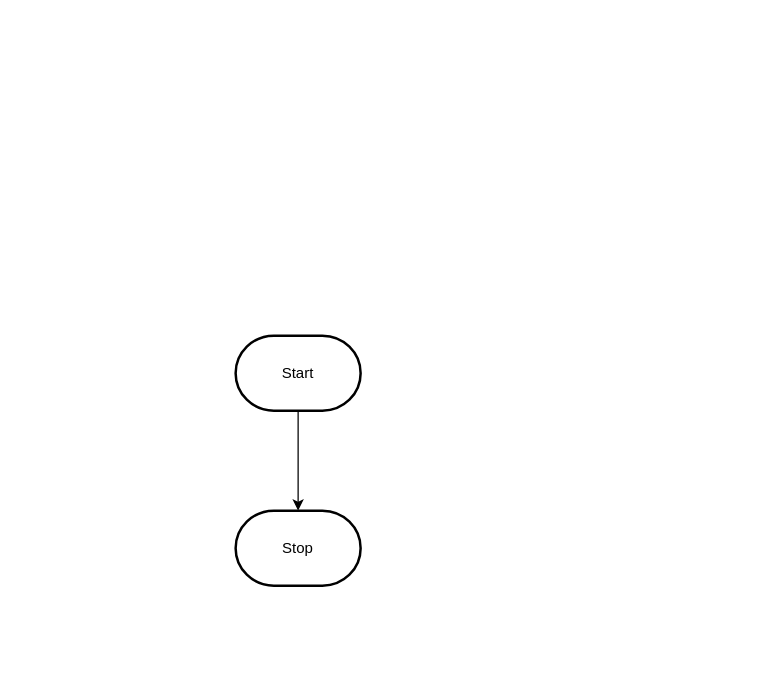
Above: design/flowchart.drawio in Gabriel-Zanardi/ICD2O-Unit-6-01-PWA-Gabriel-Zanardi (draw.io), before the change. Source tidied: cells renumbered, new cells numbered last; positions are measured from the earlier drawing's top-left corner, leaving out a move shared by most shapes. Both pictures are drawn from the tidied source at 125%, with x=0, y=0 at pixel (235, 335).
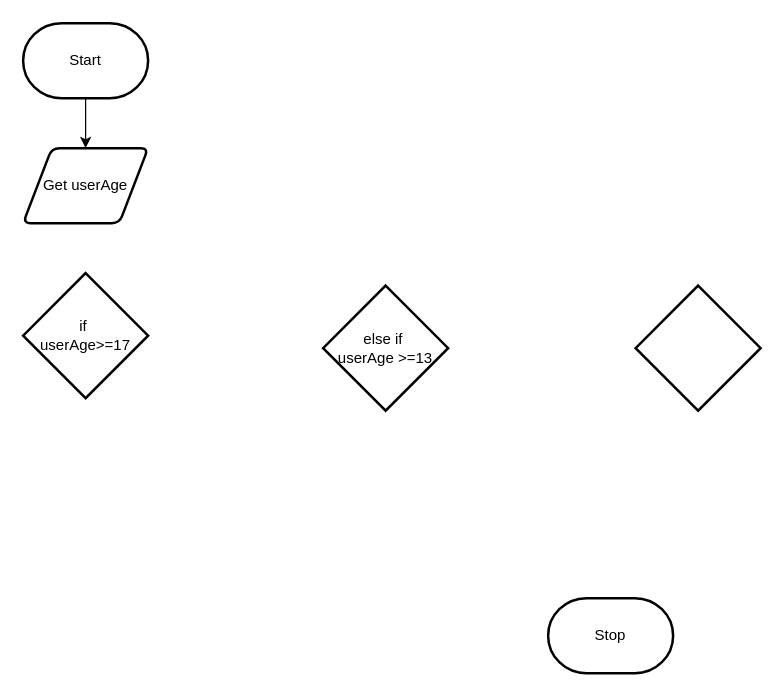
The same page after the edit.

What changed in the source:
```diff
@@
 <mxGraphModel>
   <root>
     <mxCell id="0" />
     <mxCell id="1" parent="0" />
-    <mxCell id="2" style="edgeStyle=orthogonalEdgeStyle;html=1;rounded=0;" parent="1" edge="1" source="3" target="4">
-      <mxGeometry relative="1" as="geometry" />
-    </mxCell>
+    <mxCell id="5" style="edgeStyle=none;html=1;" parent="1" edge="1" source="3" target="2">
+      <mxGeometry relative="1" as="geometry" />
+    </mxCell>
     <mxCell id="3" value="Start" style="strokeWidth=2;html=1;shape=mxgraph.flowchart.terminator;whiteSpace=wrap;" parent="1" vertex="1">
-      <mxGeometry width="100" height="60" as="geometry" />
+      <mxGeometry x="-170" y="-250" width="100" height="60" as="geometry" />
     </mxCell>
     <mxCell id="4" value="Stop" style="strokeWidth=2;html=1;shape=mxgraph.flowchart.terminator;whiteSpace=wrap;" parent="1" vertex="1">
-      <mxGeometry y="140" width="100" height="60" as="geometry" />
+      <mxGeometry x="250" y="210" width="100" height="60" as="geometry" />
     </mxCell>
+    <mxCell id="2" value="Get userAge" style="shape=parallelogram;html=1;strokeWidth=2;perimeter=parallelogramPerimeter;whiteSpace=wrap;rounded=1;arcSize=12;size=0.23;" parent="1" vertex="1">
+      <mxGeometry x="-170" y="-150" width="100" height="60" as="geometry" />
+    </mxCell>
+    <mxCell id="6" value="if&amp;nbsp;&lt;br&gt;userAge&amp;gt;=17" style="strokeWidth=2;html=1;shape=mxgraph.flowchart.decision;whiteSpace=wrap;" parent="1" vertex="1">
+      <mxGeometry x="-170" y="-50" width="100" height="100" as="geometry" />
+    </mxCell>
+    <mxCell id="7" value="else if&amp;nbsp;&lt;br&gt;userAge &amp;gt;=13" style="strokeWidth=2;html=1;shape=mxgraph.flowchart.decision;whiteSpace=wrap;" parent="1" vertex="1">
+      <mxGeometry x="70" y="-40" width="100" height="100" as="geometry" />
+    </mxCell>
+    <mxCell id="8" style="strokeWidth=2;html=1;shape=mxgraph.flowchart.decision;whiteSpace=wrap;" parent="1" vertex="1">
+      <mxGeometry x="320" y="-40" width="100" height="100" as="geometry" />
+    </mxCell>
   </root>
 </mxGraphModel>
```
